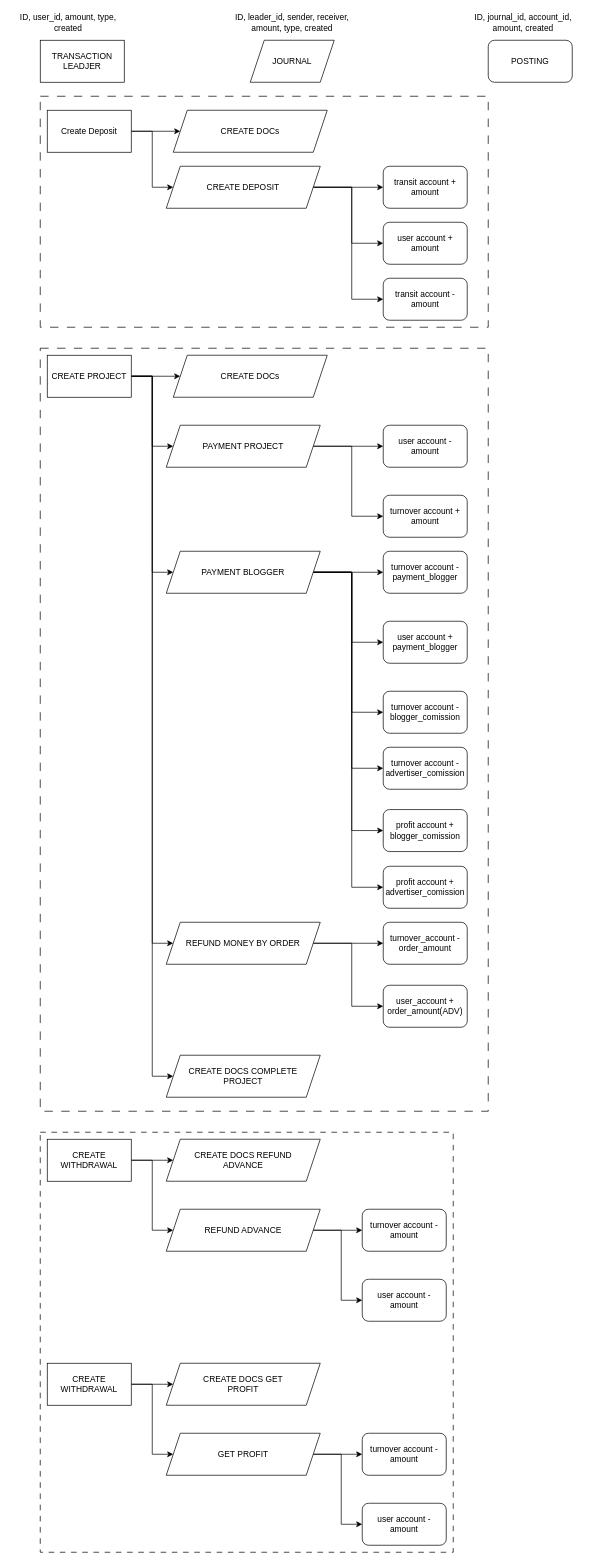
Before: page "transactions" (2 of 6) of Wallet_Blogix.drawio in Go0kie/Diagrams, a draw.io diagram. Source tidied: cells renumbered, new cells numbered last; positions are measured from the earlier drawing's top-left corner, leaving out a move shared by most shapes. Both pictures are drawn from the tidied source at 70%, with x=0, y=0 at pixel (12, 12).
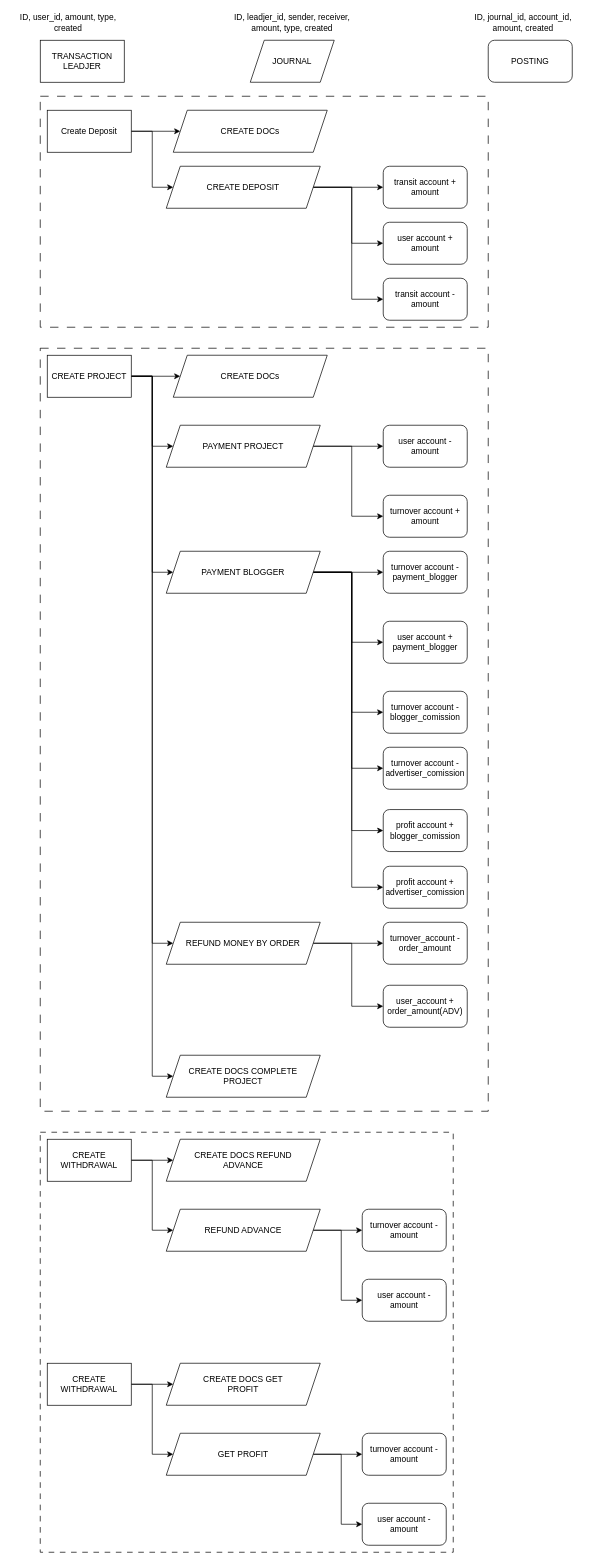
The same page after the edit.

What changed in the source:
```diff
@@
-    <mxCell id="19" value="ID, leader_id, sender, receiver, amount, type, created" style="text;html=1;align=center;verticalAlign=middle;whiteSpace=wrap;rounded=0;" parent="1" vertex="1">
+    <mxCell id="19" value="ID, leadjer_id, sender, receiver, amount, type, created" style="text;html=1;align=center;verticalAlign=middle;whiteSpace=wrap;rounded=0;" parent="1" vertex="1">
       <mxGeometry x="300" width="200" height="30" as="geometry" />
     </mxCell>
```
